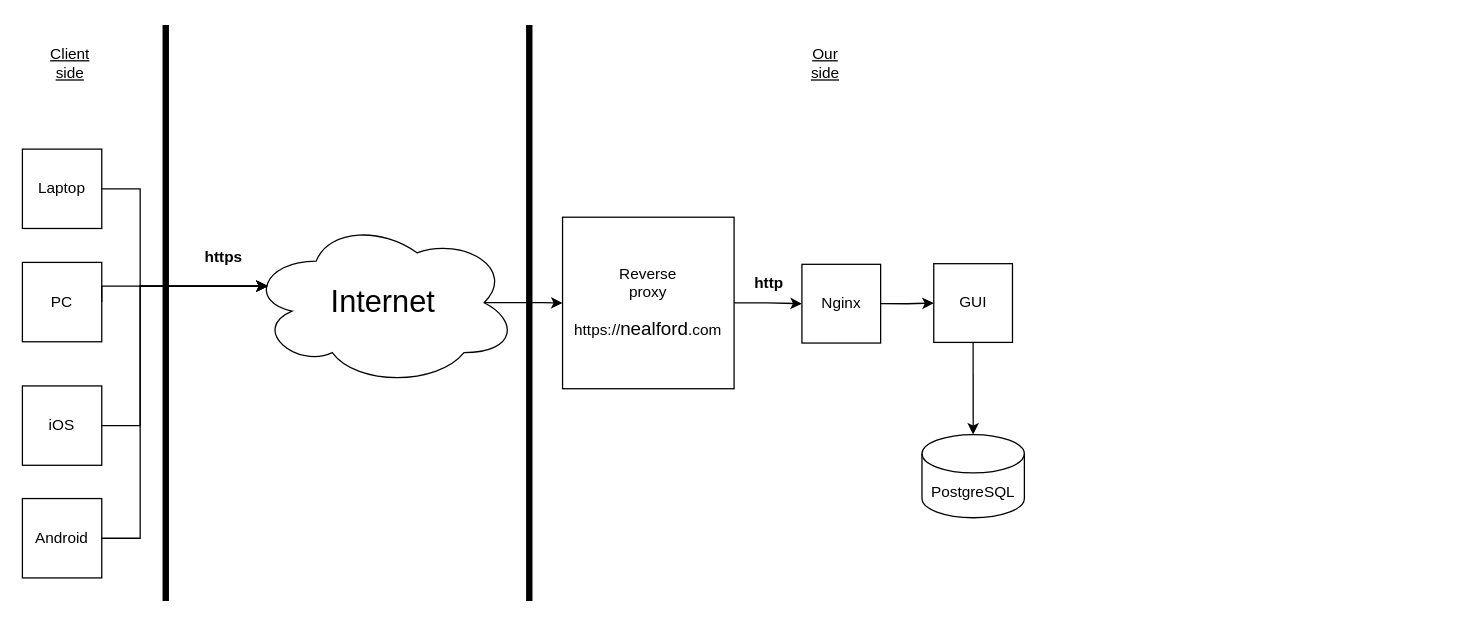
The draw.io diagram schema.drawio in artshestakov/OTUS_micro_1, before the edit. Source tidied: cells renumbered, new cells numbered last; positions are measured from the earlier drawing's top-left corner, leaving out a move shared by most shapes. Both pictures are drawn from the tidied source at 128%, with x=0, y=0 at pixel (22, 24).
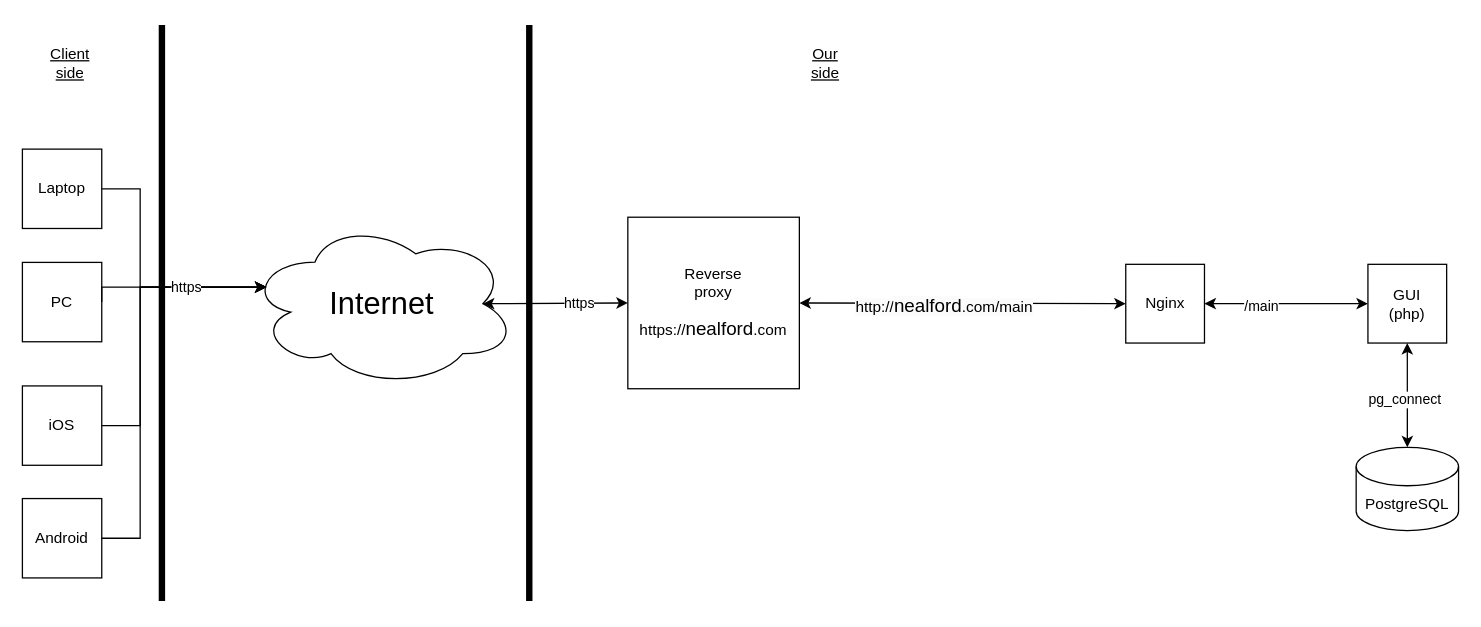
After the change.

Commit message (it also covers changes not shown here):
Добавлено описание endpoints и схема взаимодействия сервисов

The change refers to these unchanged cells:
```xml
<mxCell id="21" style="edgeStyle=orthogonalEdgeStyle;rounded=0;jettySize=auto;html=1;exitX=1;exitY=0.5;exitDx=0;exitDy=0;entryX=0.07;entryY=0.4;entryDx=0;entryDy=0;entryPerimeter=0;" parent="1" edge="1" source="17" target="3">
  <mxGeometry relative="1" as="geometry">
    <Array as="points">
      <mxPoint x="92" y="401" />
      <mxPoint x="92" y="204" />
    </Array>
  </mxGeometry>
</mxCell>
```

What changed in the source:
```diff
@@
-    <mxCell id="2" style="edgeStyle=orthogonalEdgeStyle;rounded=0;jettySize=auto;html=1;exitX=0.875;exitY=0.5;exitDx=0;exitDy=0;exitPerimeter=0;entryX=0;entryY=0.5;entryDx=0;entryDy=0;" parent="1" edge="1" source="3" target="7">
-      <mxGeometry relative="1" as="geometry" />
-    </mxCell>
     <mxCell id="3" value="&lt;font style=&quot;font-size: 24px;&quot;&gt;Internet&lt;/font&gt;" style="ellipse;shape=cloud;whiteSpace=wrap;html=1;" parent="1" vertex="1">
-      <mxGeometry x="177" y="152" width="210" height="130" as="geometry" />
+      <mxGeometry x="176" y="152.8" width="210" height="130" as="geometry" />
     </mxCell>
@@
-    <mxCell id="6" style="edgeStyle=orthogonalEdgeStyle;rounded=0;jettySize=auto;html=1;exitX=1;exitY=0.5;exitDx=0;exitDy=0;entryX=0;entryY=0.5;entryDx=0;entryDy=0;" parent="1" edge="1" source="7" target="24">
-      <mxGeometry relative="1" as="geometry" />
-    </mxCell>
     <mxCell id="7" value="Reverse&lt;div&gt;proxy&lt;/div&gt;&lt;div&gt;&lt;br&gt;&lt;/div&gt;&lt;div&gt;https://&lt;span style=&quot;font-size:11.0pt;line-height:107%;&lt;br/&gt;font-family:&amp;quot;Calibri&amp;quot;,sans-serif;mso-ascii-theme-font:minor-latin;mso-fareast-font-family:&lt;br/&gt;Calibri;mso-fareast-theme-font:minor-latin;mso-hansi-theme-font:minor-latin;&lt;br/&gt;mso-bidi-font-family:&amp;quot;Times New Roman&amp;quot;;mso-bidi-theme-font:minor-bidi;&lt;br/&gt;mso-ansi-language:RU;mso-fareast-language:EN-US;mso-bidi-language:AR-SA&quot;&gt;nealford&lt;/span&gt;.com&lt;/div&gt;" style="whiteSpace=wrap;html=1;" parent="1" vertex="1">
-      <mxGeometry x="422" y="150.2" width="134" height="134" as="geometry" />
+      <mxGeometry x="473" y="150.2" width="134" height="134" as="geometry" />
     </mxCell>
@@
     <mxCell id="9" style="endArrow=none;html=1;rounded=0;strokeWidth=5;" parent="1" edge="1">
       <mxGeometry relative="1" as="geometry">
-        <mxPoint x="112" y="450" as="sourcePoint" />
-        <mxPoint x="112" as="targetPoint" />
+        <mxPoint x="109" y="450" as="sourcePoint" />
+        <mxPoint x="109" as="targetPoint" />
       </mxGeometry>
     </mxCell>
@@
-    <mxCell id="22" value="https" style="text;html=1;align=center;verticalAlign=middle;strokeColor=none;fillColor=none;fontStyle=1;" parent="1" vertex="1">
-      <mxGeometry x="132" y="167" width="50" height="30" as="geometry" />
-    </mxCell>
+    <mxCell id="29" value="https" style="edgeLabel;html=1;align=center;verticalAlign=middle;" parent="21" vertex="1">
+      <mxGeometry x="0.61" relative="1" as="geometry" />
+    </mxCell>
+    <mxCell id="24" value="Nginx" style="whiteSpace=wrap;html=1;" parent="1" vertex="1">
+      <mxGeometry x="862" y="187" width="61.5" height="61.5" as="geometry" />
+    </mxCell>
+    <mxCell id="26" value="PostgreSQL" style="shape=cylinder3;whiteSpace=wrap;html=1;boundedLbl=1;backgroundOutline=1;size=15;" parent="1" vertex="1">
+      <mxGeometry x="1042" y="330" width="80" height="65" as="geometry" />
+    </mxCell>
+    <mxCell id="28" value="GUI&lt;div&gt;(php)&lt;/div&gt;" style="whiteSpace=wrap;html=1;" parent="1" vertex="1">
+      <mxGeometry x="1051.2" y="187" width="61.5" height="61.5" as="geometry" />
+    </mxCell>
+    <mxCell id="30" style="endArrow=classic;startArrow=classic;html=1;rounded=0;entryX=0.5;entryY=1;entryDx=0;entryDy=0;exitX=0.5;exitY=0;exitDx=0;exitDy=0;exitPerimeter=0;" parent="1" edge="1" source="26" target="28">
+      <mxGeometry relative="1" as="geometry" />
+    </mxCell>
+    <mxCell id="31" value="pg_connect" style="edgeLabel;html=1;align=center;verticalAlign=middle;" parent="30" vertex="1">
+      <mxGeometry x="-0.07" y="2" relative="1" as="geometry" />
+    </mxCell>
-    <mxCell id="23" style="edgeStyle=orthogonalEdgeStyle;rounded=0;jettySize=auto;html=1;exitX=1;exitY=0.5;exitDx=0;exitDy=0;entryX=0;entryY=0.5;entryDx=0;entryDy=0;" parent="1" edge="1" source="24" target="28">
+    <mxCell id="23" style="endArrow=classic;startArrow=classic;html=1;rounded=0;entryX=0;entryY=0.5;entryDx=0;entryDy=0;exitX=1;exitY=0.5;exitDx=0;exitDy=0;" parent="1" edge="1" source="24" target="28">
       <mxGeometry relative="1" as="geometry" />
     </mxCell>
-    <mxCell id="24" value="Nginx" style="whiteSpace=wrap;html=1;" parent="1" vertex="1">
-      <mxGeometry x="609" y="187" width="61.5" height="61.5" as="geometry" />
-    </mxCell>
-    <mxCell id="25" value="http" style="text;html=1;align=center;verticalAlign=middle;strokeColor=none;fillColor=none;fontStyle=1;" parent="1" vertex="1">
-      <mxGeometry x="563" y="187" width="40" height="30" as="geometry" />
-    </mxCell>
-    <mxCell id="26" value="PostgreSQL" style="shape=cylinder3;whiteSpace=wrap;html=1;boundedLbl=1;backgroundOutline=1;size=15;" parent="1" vertex="1">
-      <mxGeometry x="702.8" y="320" width="80" height="65" as="geometry" />
-    </mxCell>
-    <mxCell id="27" style="edgeStyle=orthogonalEdgeStyle;rounded=0;jettySize=auto;html=1;exitX=0.5;exitY=1;exitDx=0;exitDy=0;entryX=0.5;entryY=0;entryDx=0;entryDy=0;entryPerimeter=0;" parent="1" edge="1" source="28" target="26">
-      <mxGeometry relative="1" as="geometry" />
-    </mxCell>
-    <mxCell id="28" value="GUI" style="whiteSpace=wrap;html=1;" parent="1" vertex="1">
-      <mxGeometry x="712" y="186.5" width="61.5" height="61.5" as="geometry" />
-    </mxCell>
+    <mxCell id="32" value="/main" style="edgeLabel;html=1;align=center;verticalAlign=middle;" parent="23" vertex="1">
+      <mxGeometry x="-0.31" y="-2" relative="1" as="geometry" />
+    </mxCell>
+    <mxCell id="6" style="endArrow=classic;startArrow=classic;html=1;rounded=0;entryX=0;entryY=0.5;entryDx=0;entryDy=0;exitX=1;exitY=0.5;exitDx=0;exitDy=0;" parent="1" edge="1" source="7" target="24">
+      <mxGeometry relative="1" as="geometry" />
+    </mxCell>
+    <mxCell id="33" value="&lt;span style=&quot;color: rgb(0, 0, 0); font-size: 12px; text-wrap: wrap; background-color: rgb(251, 251, 251); float: none; display: inline !important;&quot;&gt;http://&lt;/span&gt;&lt;span style=&quot;color: rgb(0, 0, 0); text-wrap: wrap; background-color: rgb(251, 251, 251); font-size: 11pt; line-height: 15.6933px;&quot;&gt;nealford&lt;/span&gt;&lt;span style=&quot;color: rgb(0, 0, 0); font-size: 12px; text-wrap: wrap; background-color: rgb(251, 251, 251); float: none; display: inline !important;&quot;&gt;.com/main&lt;/span&gt;" style="edgeLabel;html=1;align=center;verticalAlign=middle;" parent="6" vertex="1">
+      <mxGeometry x="-0.11" y="-2" relative="1" as="geometry" />
+    </mxCell>
+    <mxCell id="2" style="endArrow=classic;startArrow=classic;html=1;rounded=0;exitX=0.875;exitY=0.5;exitDx=0;exitDy=0;exitPerimeter=0;entryX=0;entryY=0.5;entryDx=0;entryDy=0;" parent="1" edge="1" source="3" target="7">
+      <mxGeometry relative="1" as="geometry" />
+    </mxCell>
+    <mxCell id="34" value="https" style="edgeLabel;html=1;align=center;verticalAlign=middle;" parent="2" vertex="1">
+      <mxGeometry x="0.33" relative="1" as="geometry" />
+    </mxCell>
```
